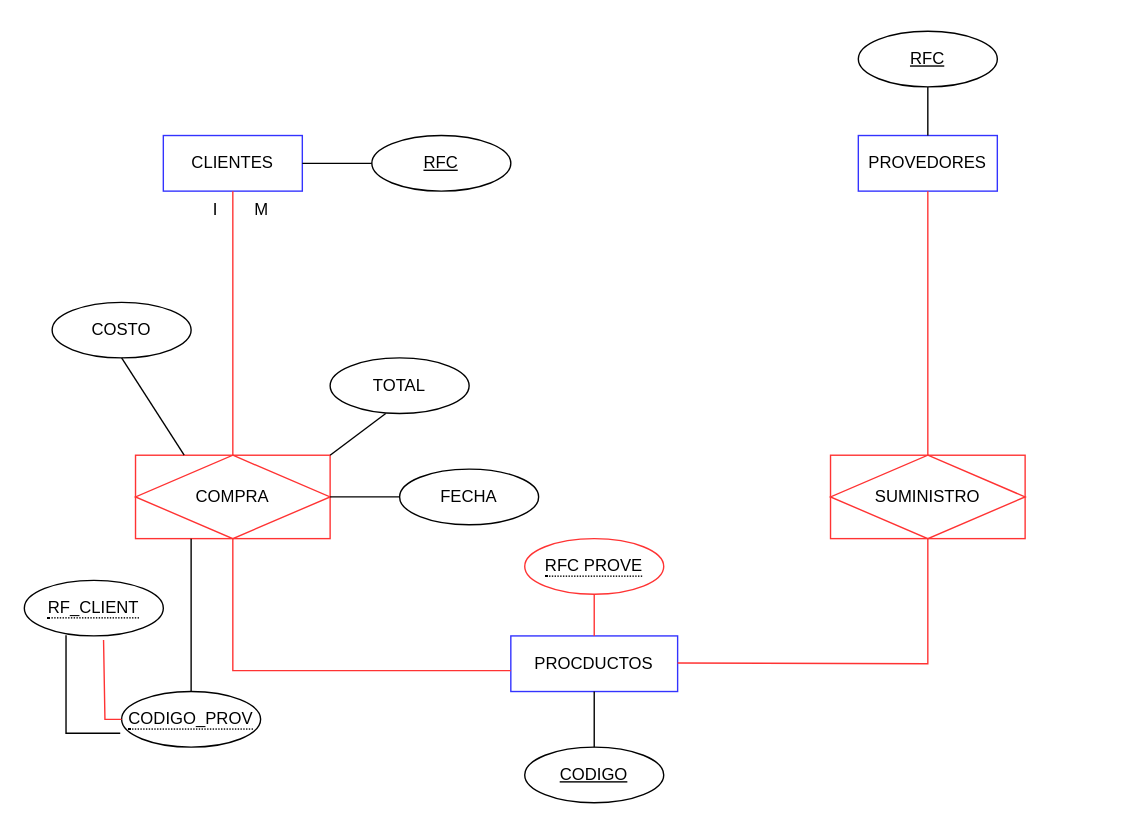
This is Diagrama sin título.drawio from IVONNE80/BASE-DE-DATOS, a draw.io file, before an edit. Source tidied: cells renumbered, new cells numbered last; positions are measured from the earlier drawing's top-left corner, leaving out a move shared by most shapes. Both pictures are drawn from the tidied source at 139%, with x=0, y=0 at pixel (24, 31).
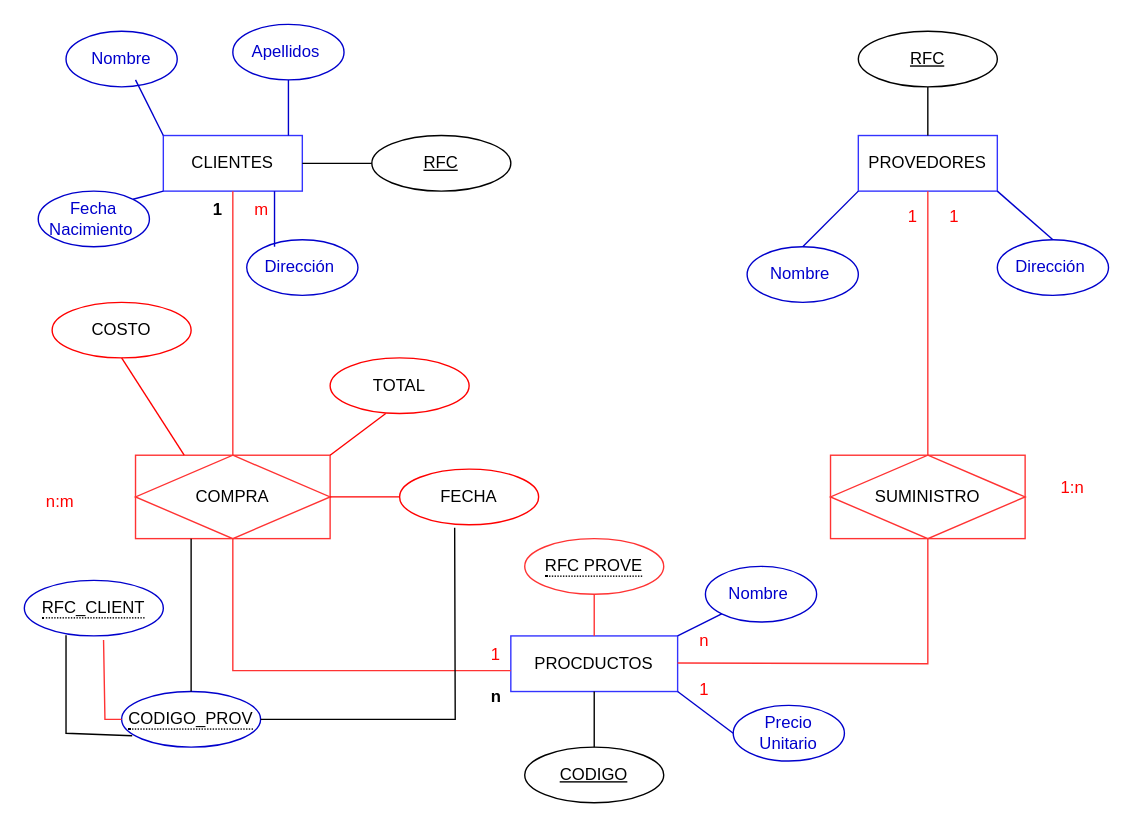
Above is the later version.

Unchanged cells that the change refers to:
```xml
<mxCell id="2" value="PROCDUCTOS" style="whiteSpace=wrap;html=1;align=center;strokeColor=#3333FF;" parent="1" vertex="1">
  <mxGeometry x="350" y="435" width="120" height="40" as="geometry" />
</mxCell>
<mxCell id="3" value="CLIENTES" style="whiteSpace=wrap;html=1;align=center;strokeColor=#3333FF;" parent="1" vertex="1">
  <mxGeometry x="100" y="75" width="100" height="40" as="geometry" />
</mxCell>
<mxCell id="4" value="PROVEDORES" style="whiteSpace=wrap;html=1;align=center;strokeColor=#3333FF;" parent="1" vertex="1">
  <mxGeometry x="600" y="75" width="100" height="40" as="geometry" />
</mxCell>
<mxCell id="9" value="COMPRA" style="shape=associativeEntity;whiteSpace=wrap;html=1;align=center;strokeColor=#FF3333;" parent="1" vertex="1">
  <mxGeometry x="80" y="305" width="140" height="60" as="geometry" />
</mxCell>
```

The edit, as a diff of the source:
```diff
@@
-    <mxCell id="11" value="M" style="text;strokeColor=none;fillColor=none;spacingLeft=4;spacingRight=4;overflow=hidden;fontSize=12;" parent="1" vertex="1">
+    <mxCell id="11" value="m" style="text;strokeColor=none;fillColor=none;spacingLeft=4;spacingRight=4;overflow=hidden;fontSize=12;fontColor=#FF0000;" parent="1" vertex="1">
       <mxGeometry x="160" y="115" width="20" height="30" as="geometry" />
     </mxCell>
-    <mxCell id="12" value="I" style="text;strokeColor=none;fillColor=none;spacingLeft=4;spacingRight=4;overflow=hidden;fontSize=12;" parent="1" vertex="1">
+    <mxCell id="12" value="1" style="text;strokeColor=none;fillColor=none;spacingLeft=4;spacingRight=4;overflow=hidden;fontSize=12;fontStyle=1;" parent="1" vertex="1">
       <mxGeometry x="130" y="115" width="10" height="30" as="geometry" />
     </mxCell>
-    <mxCell id="13" value="&lt;span style=&quot;border-bottom: 1px dotted&quot;&gt;RF_CLIENT&lt;/span&gt;" style="ellipse;whiteSpace=wrap;html=1;align=center;" parent="1" vertex="1">
+    <mxCell id="13" value="&lt;span style=&quot;border-bottom: 1px dotted&quot;&gt;RFC_CLIENT&lt;/span&gt;" style="ellipse;whiteSpace=wrap;html=1;align=center;strokeColor=#0000CC;" parent="1" vertex="1">
       <mxGeometry y="395" width="100" height="40" as="geometry" />
     </mxCell>
-    <mxCell id="14" value="&lt;span style=&quot;border-bottom: 1px dotted&quot;&gt;CODIGO_PROV&lt;/span&gt;" style="ellipse;whiteSpace=wrap;html=1;align=center;" parent="1" vertex="1">
+    <mxCell id="14" value="&lt;span style=&quot;border-bottom: 1px dotted&quot;&gt;CODIGO_PROV&lt;/span&gt;" style="ellipse;whiteSpace=wrap;html=1;align=center;strokeColor=#0000CC;" parent="1" vertex="1">
       <mxGeometry x="70" y="475" width="100" height="40" as="geometry" />
     </mxCell>
@@
-    <mxCell id="16" value="FECHA" style="ellipse;whiteSpace=wrap;html=1;align=center;" parent="1" vertex="1">
+    <mxCell id="16" value="FECHA" style="ellipse;whiteSpace=wrap;html=1;align=center;strokeColor=#FF0000;" parent="1" vertex="1">
       <mxGeometry x="270" y="315" width="100" height="40" as="geometry" />
     </mxCell>
-    <mxCell id="17" value="TOTAL" style="ellipse;whiteSpace=wrap;html=1;align=center;" parent="1" vertex="1">
+    <mxCell id="17" value="TOTAL" style="ellipse;whiteSpace=wrap;html=1;align=center;fillColor=#FFFFFF;strokeColor=#FF0000;" parent="1" vertex="1">
       <mxGeometry x="220" y="235" width="100" height="40" as="geometry" />
     </mxCell>
-    <mxCell id="18" value="COSTO" style="ellipse;whiteSpace=wrap;html=1;align=center;" parent="1" vertex="1">
+    <mxCell id="18" value="COSTO" style="ellipse;whiteSpace=wrap;html=1;align=center;strokeColor=#FF0000;" parent="1" vertex="1">
       <mxGeometry x="20" y="195" width="100" height="40" as="geometry" />
     </mxCell>
@@
-    <mxCell id="26" style="endArrow=none;html=1;rounded=0;strokeColor=#000000;exitX=1;exitY=0;exitDx=0;exitDy=0;" parent="1" edge="1" source="9">
+    <mxCell id="26" style="endArrow=none;html=1;rounded=0;strokeColor=#FF0000;exitX=1;exitY=0;exitDx=0;exitDy=0;" parent="1" edge="1" source="9">
       <mxGeometry relative="1" as="geometry">
         <mxPoint x="260" y="275" as="targetPoint" />
       </mxGeometry>
     </mxCell>
-    <mxCell id="27" style="endArrow=none;html=1;rounded=0;strokeColor=#000000;exitX=1;exitY=0.5;exitDx=0;exitDy=0;entryX=0;entryY=0.5;entryDx=0;entryDy=0;" parent="1" edge="1" source="9" target="16">
+    <mxCell id="27" style="endArrow=none;html=1;rounded=0;strokeColor=#FF0000;exitX=1;exitY=0.5;exitDx=0;exitDy=0;entryX=0;entryY=0.5;entryDx=0;entryDy=0;" parent="1" edge="1" source="9" target="16">
       <mxGeometry relative="1" as="geometry" />
     </mxCell>
-    <mxCell id="28" style="endArrow=none;html=1;rounded=0;strokeColor=#000000;entryX=0.25;entryY=0;entryDx=0;entryDy=0;exitX=0.5;exitY=1;exitDx=0;exitDy=0;" parent="1" edge="1" source="18" target="9">
+    <mxCell id="28" style="endArrow=none;html=1;rounded=0;strokeColor=#FF0000;entryX=0.25;entryY=0;entryDx=0;entryDy=0;exitX=0.5;exitY=1;exitDx=0;exitDy=0;" parent="1" edge="1" source="18" target="9">
       <mxGeometry relative="1" as="geometry" />
     </mxCell>
@@
-    <mxCell id="31" style="endArrow=none;html=1;rounded=0;strokeColor=#000000;entryX=-0.01;entryY=0.75;entryDx=0;entryDy=0;entryPerimeter=0;" parent="1" edge="1" target="14">
+    <mxCell id="31" style="endArrow=none;html=1;rounded=0;strokeColor=#000000;entryX=0.076;entryY=0.795;entryDx=0;entryDy=0;entryPerimeter=0;" parent="1" edge="1" target="14">
       <mxGeometry relative="1" as="geometry">
         <mxPoint x="30" y="434.5" as="sourcePoint" />
         <Array as="points">
           <mxPoint x="30" y="505" />
         </Array>
       </mxGeometry>
     </mxCell>
+    <mxCell id="32" value="1" style="text;strokeColor=none;fillColor=none;spacingLeft=4;spacingRight=4;overflow=hidden;fontSize=12;fontColor=#FF0000;" parent="1" vertex="1">
+      <mxGeometry x="330" y="435" width="20" height="30" as="geometry" />
+    </mxCell>
+    <mxCell id="33" value="n" style="text;strokeColor=none;fillColor=none;spacingLeft=4;spacingRight=4;overflow=hidden;fontSize=12;fontStyle=1;" parent="1" vertex="1">
+      <mxGeometry x="330" y="465" width="20" height="30" as="geometry" />
+    </mxCell>
+    <mxCell id="34" value="n:m" style="text;strokeColor=none;fillColor=none;spacingLeft=4;spacingRight=4;overflow=hidden;fontSize=12;fontColor=#FF0000;" parent="1" vertex="1">
+      <mxGeometry x="10" y="325" width="40" height="30" as="geometry" />
+    </mxCell>
+    <mxCell id="35" style="endArrow=none;html=1;rounded=0;strokeColor=#000000;fontColor=#FF0000;entryX=0.396;entryY=1.055;entryDx=0;entryDy=0;entryPerimeter=0;" parent="1" edge="1" target="16">
+      <mxGeometry relative="1" as="geometry">
+        <mxPoint x="170" y="495" as="sourcePoint" />
+        <Array as="points">
+          <mxPoint x="310" y="495" />
+        </Array>
+      </mxGeometry>
+    </mxCell>
+    <mxCell id="36" value="1" style="text;strokeColor=none;fillColor=none;spacingLeft=4;spacingRight=4;overflow=hidden;fontSize=12;fontColor=#FF0000;" parent="1" vertex="1">
+      <mxGeometry x="630" y="120" width="20" height="30" as="geometry" />
+    </mxCell>
+    <mxCell id="37" value="1" style="text;strokeColor=none;fillColor=none;spacingLeft=4;spacingRight=4;overflow=hidden;fontSize=12;fontColor=#FF0000;" parent="1" vertex="1">
+      <mxGeometry x="660" y="120" width="20" height="30" as="geometry" />
+    </mxCell>
+    <mxCell id="38" value="1" style="text;strokeColor=none;fillColor=none;spacingLeft=4;spacingRight=4;overflow=hidden;fontSize=12;fontColor=#FF0000;" parent="1" vertex="1">
+      <mxGeometry x="480" y="460" width="20" height="30" as="geometry" />
+    </mxCell>
+    <mxCell id="39" value="n" style="text;strokeColor=none;fillColor=none;spacingLeft=4;spacingRight=4;overflow=hidden;fontSize=12;fontColor=#FF0000;" parent="1" vertex="1">
+      <mxGeometry x="480" y="425" width="20" height="30" as="geometry" />
+    </mxCell>
+    <mxCell id="40" value="1:n" style="text;strokeColor=none;fillColor=none;spacingLeft=4;spacingRight=4;overflow=hidden;fontSize=12;fontColor=#FF0000;" parent="1" vertex="1">
+      <mxGeometry x="740" y="315" width="30" height="25" as="geometry" />
+    </mxCell>
+    <mxCell id="41" value="&lt;font color=&quot;#0000cc&quot;&gt;Nombre&lt;/font&gt;" style="ellipse;whiteSpace=wrap;html=1;align=center;strokeColor=#0000CC;fontColor=#FF0000;fillColor=#FFFFFF;" parent="1" vertex="1">
+      <mxGeometry x="30" width="80" height="40" as="geometry" />
+    </mxCell>
+    <mxCell id="42" value="&lt;font color=&quot;#0000cc&quot;&gt;Apellidos&amp;nbsp;&lt;/font&gt;" style="ellipse;whiteSpace=wrap;html=1;align=center;strokeColor=#0000CC;fontColor=#FF0000;fillColor=#FFFFFF;" parent="1" vertex="1">
+      <mxGeometry x="150" y="-5" width="80" height="40" as="geometry" />
+    </mxCell>
+    <mxCell id="43" value="&lt;font color=&quot;#0000cc&quot;&gt;Dirección&amp;nbsp;&lt;/font&gt;" style="ellipse;whiteSpace=wrap;html=1;align=center;strokeColor=#0000CC;fontColor=#FF0000;fillColor=#FFFFFF;" parent="1" vertex="1">
+      <mxGeometry x="160" y="150" width="80" height="40" as="geometry" />
+    </mxCell>
+    <mxCell id="44" value="&lt;font color=&quot;#0000cc&quot;&gt;Fecha Nacimiento&amp;nbsp;&lt;/font&gt;" style="ellipse;whiteSpace=wrap;html=1;align=center;strokeColor=#0000CC;fontColor=#FF0000;fillColor=#FFFFFF;" parent="1" vertex="1">
+      <mxGeometry x="10" y="115" width="80" height="40" as="geometry" />
+    </mxCell>
+    <mxCell id="45" style="endArrow=none;html=1;rounded=0;strokeColor=#0000CC;fontColor=#0000CC;entryX=0.5;entryY=1;entryDx=0;entryDy=0;" parent="1" edge="1" target="42">
+      <mxGeometry relative="1" as="geometry">
+        <mxPoint x="190" y="75" as="sourcePoint" />
+      </mxGeometry>
+    </mxCell>
+    <mxCell id="46" style="endArrow=none;html=1;rounded=0;strokeColor=#0000CC;fontColor=#0000CC;exitX=0;exitY=0;exitDx=0;exitDy=0;" parent="1" edge="1" source="3">
+      <mxGeometry relative="1" as="geometry">
+        <mxPoint x="80" y="35" as="targetPoint" />
+      </mxGeometry>
+    </mxCell>
+    <mxCell id="47" style="endArrow=none;html=1;rounded=0;strokeColor=#0000CC;fontColor=#0000CC;" parent="1" edge="1">
+      <mxGeometry relative="1" as="geometry">
+        <mxPoint x="180" y="155" as="sourcePoint" />
+        <mxPoint x="180" y="115" as="targetPoint" />
+      </mxGeometry>
+    </mxCell>
+    <mxCell id="48" style="endArrow=none;html=1;rounded=0;strokeColor=#0000CC;fontColor=#0000CC;exitX=1;exitY=0;exitDx=0;exitDy=0;" parent="1" edge="1" source="44">
+      <mxGeometry relative="1" as="geometry">
+        <mxPoint x="100" y="115" as="targetPoint" />
+      </mxGeometry>
+    </mxCell>
+    <mxCell id="49" value="&lt;font color=&quot;#0000cc&quot;&gt;Precio Unitario&lt;/font&gt;" style="ellipse;whiteSpace=wrap;html=1;align=center;strokeColor=#0000CC;fontColor=#FF0000;fillColor=#FFFFFF;" parent="1" vertex="1">
+      <mxGeometry x="510" y="485" width="80" height="40" as="geometry" />
+    </mxCell>
+    <mxCell id="50" value="&lt;font color=&quot;#0000cc&quot;&gt;Nombre&amp;nbsp;&lt;/font&gt;" style="ellipse;whiteSpace=wrap;html=1;align=center;strokeColor=#0000CC;fontColor=#FF0000;fillColor=#FFFFFF;" parent="1" vertex="1">
+      <mxGeometry x="490" y="385" width="80" height="40" as="geometry" />
+    </mxCell>
+    <mxCell id="51" style="endArrow=none;html=1;rounded=0;strokeColor=#0000CC;fontColor=#0000CC;entryX=0;entryY=1;entryDx=0;entryDy=0;exitX=1;exitY=0;exitDx=0;exitDy=0;" parent="1" edge="1" source="2" target="50">
+      <mxGeometry relative="1" as="geometry" />
+    </mxCell>
+    <mxCell id="52" style="endArrow=none;html=1;rounded=0;strokeColor=#0000CC;fontColor=#0000CC;entryX=0;entryY=0.5;entryDx=0;entryDy=0;exitX=1;exitY=1;exitDx=0;exitDy=0;" parent="1" edge="1" source="2" target="49">
+      <mxGeometry relative="1" as="geometry" />
+    </mxCell>
+    <mxCell id="53" value="&lt;font color=&quot;#0000cc&quot;&gt;Nombre&amp;nbsp;&lt;/font&gt;" style="ellipse;whiteSpace=wrap;html=1;align=center;strokeColor=#0000CC;fontColor=#FF0000;fillColor=#FFFFFF;" parent="1" vertex="1">
+      <mxGeometry x="520" y="155" width="80" height="40" as="geometry" />
+    </mxCell>
+    <mxCell id="54" value="&lt;font color=&quot;#0000cc&quot;&gt;Dirección&amp;nbsp;&lt;/font&gt;" style="ellipse;whiteSpace=wrap;html=1;align=center;strokeColor=#0000CC;fontColor=#FF0000;fillColor=#FFFFFF;" parent="1" vertex="1">
+      <mxGeometry x="700" y="150" width="80" height="40" as="geometry" />
+    </mxCell>
+    <mxCell id="55" style="endArrow=none;html=1;rounded=0;strokeColor=#0000CC;fontColor=#0000CC;entryX=0.5;entryY=0;entryDx=0;entryDy=0;exitX=1;exitY=1;exitDx=0;exitDy=0;" parent="1" edge="1" source="4" target="54">
+      <mxGeometry relative="1" as="geometry" />
+    </mxCell>
+    <mxCell id="56" style="endArrow=none;html=1;rounded=0;strokeColor=#0000CC;fontColor=#0000CC;entryX=0;entryY=1;entryDx=0;entryDy=0;exitX=0.5;exitY=0;exitDx=0;exitDy=0;" parent="1" edge="1" source="53" target="4">
+      <mxGeometry relative="1" as="geometry" />
+    </mxCell>
```
